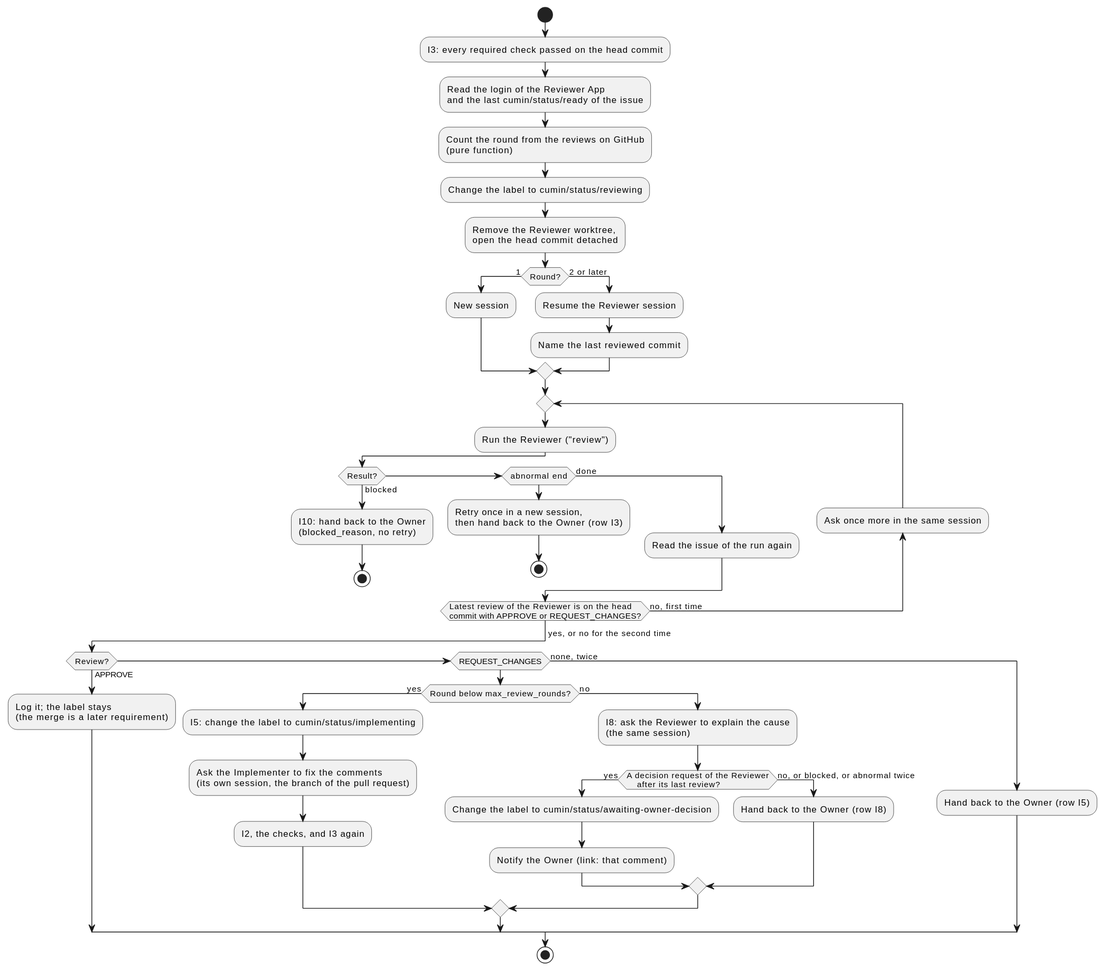
Before: docs/ja/designs/poll-review.svg, a diagram exported from PlantUML (cloveclovedev/cumin-works).
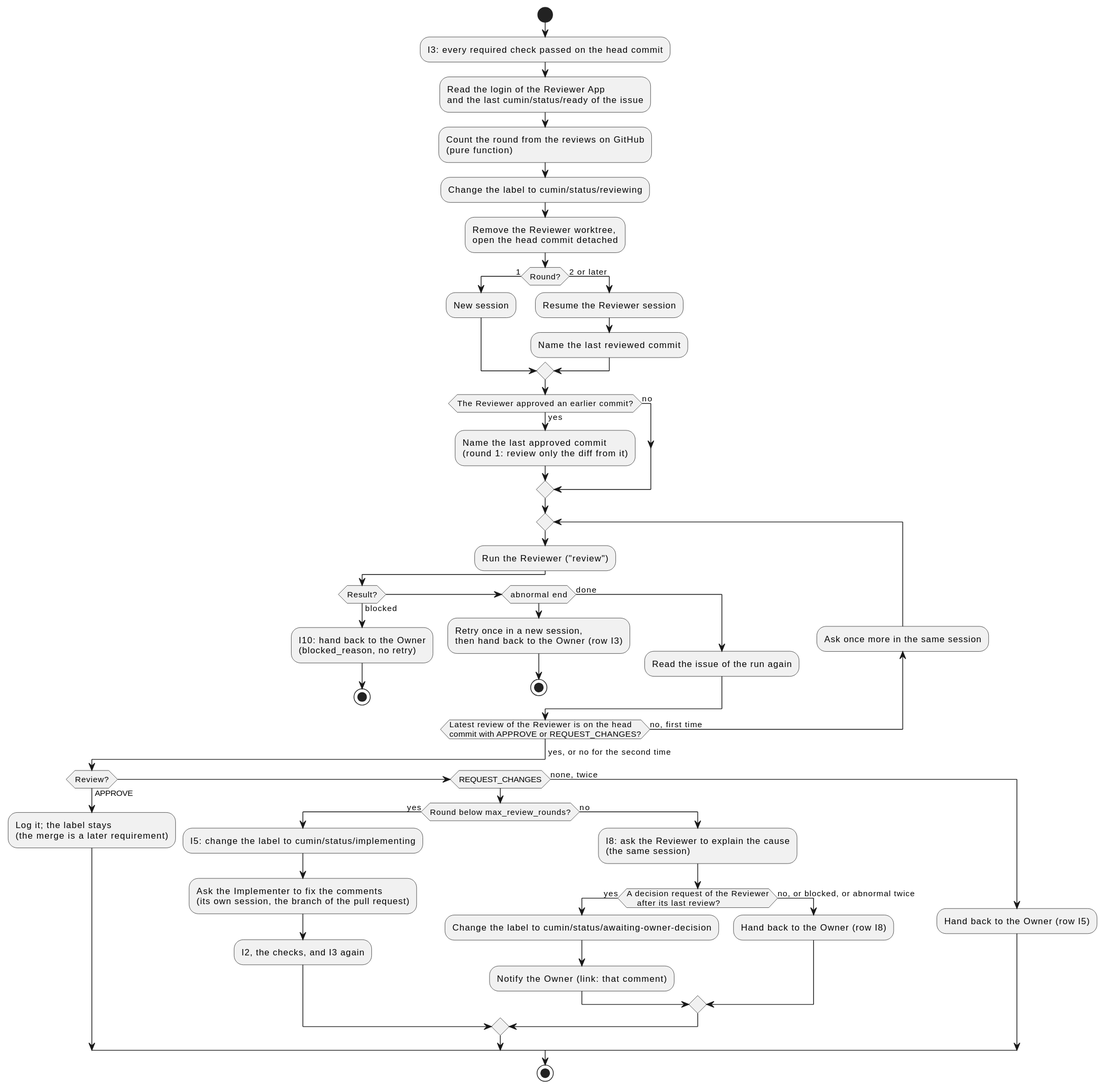
The same file after the commit.

Commit message:
feat(workflow): name the approved commit in the review request (#463)

The edit, as a diff of the source:
```diff
@@ -16,6 +16,11 @@
 else (2 or later)
   :Resume the Reviewer session;
   :Name the last reviewed commit;
+endif
+if (The Reviewer approved an earlier commit?) then (yes)
+  :Name the last approved commit
+  (round 1: review only the diff from it);
+else (no)
 endif
 repeat
   :Run the Reviewer ("review");
```
